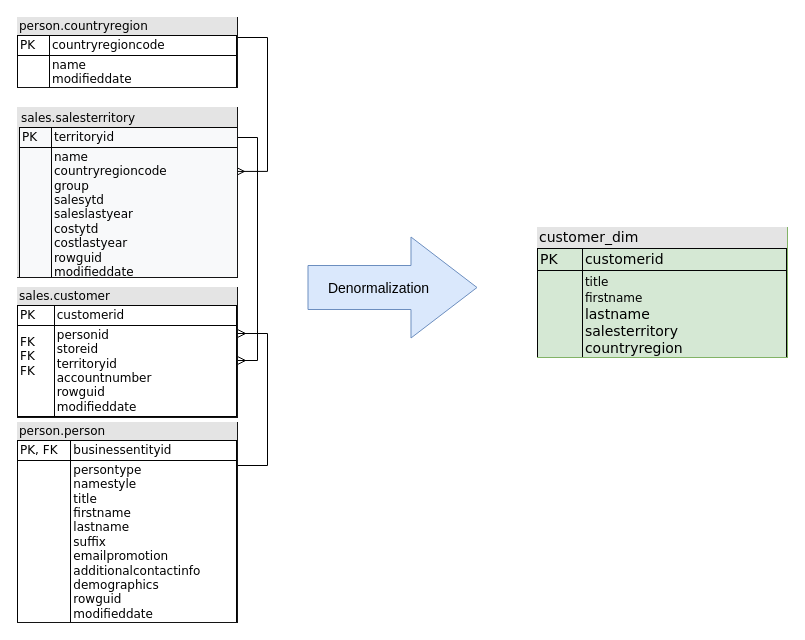
This is page "customer_denormalization" (5 of 6) of data_models.drawio from glbarr/AdventureWorks_DW, a draw.io file, before an edit. Source tidied: cells renumbered, new cells numbered last; positions are measured from the earlier drawing's top-left corner, leaving out a move shared by most shapes. Both pictures are drawn from the tidied source at 100%, with x=0, y=0 at pixel (17, 17).
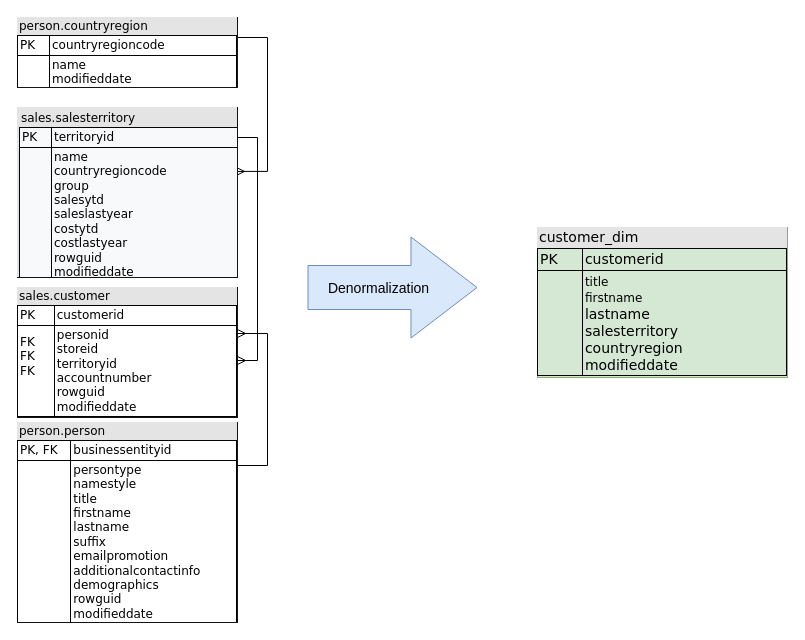
Above is the later version.

The edit, as a diff of the source:
```diff
@@
 <mxGraphModel>
   <root>
     <mxCell id="0" />
     <mxCell id="1" parent="0" />
     <mxCell id="2" style="edgeStyle=orthogonalEdgeStyle;rounded=0;jettySize=auto;html=1;fontSize=14;startArrow=ERmany;startFill=0;endArrow=none;endFill=0;entryX=1;entryY=0.25;entryDx=0;entryDy=0;" parent="1" edge="1" source="4" target="5">
       <mxGeometry relative="1" as="geometry">
         <Array as="points">
           <mxPoint x="250" y="316" />
           <mxPoint x="250" y="448" />
           <mxPoint x="220" y="448" />
         </Array>
       </mxGeometry>
     </mxCell>
     <mxCell id="3" style="edgeStyle=orthogonalEdgeStyle;rounded=0;jettySize=auto;html=1;fontSize=14;startArrow=ERmany;startFill=0;endArrow=none;endFill=0;entryX=1;entryY=0.194;entryDx=0;entryDy=0;entryPerimeter=0;" parent="1" edge="1" source="4" target="7">
       <mxGeometry relative="1" as="geometry">
         <Array as="points">
           <mxPoint x="240" y="343" />
           <mxPoint x="240" y="120" />
           <mxPoint x="220" y="120" />
         </Array>
       </mxGeometry>
     </mxCell>
     <mxCell id="4" value="&lt;div style=&quot;box-sizing: border-box ; width: 100% ; background: #e4e4e4 ; padding: 2px&quot;&gt;sales.customer&lt;/div&gt;&lt;table border=&quot;1&quot; style=&quot;width: 100%; font-size: 1em; border: 1px solid rgb(3, 3, 3); border-collapse: collapse;&quot; cellpadding=&quot;2&quot; cellspacing=&quot;0&quot;&gt;&lt;tbody&gt;&lt;tr&gt;&lt;td&gt;PK&lt;/td&gt;&lt;td&gt;customerid&lt;/td&gt;&lt;/tr&gt;&lt;tr&gt;&lt;td&gt;FK&lt;br&gt;FK&lt;br&gt;FK&lt;br&gt;&lt;br&gt;&lt;br&gt;&lt;/td&gt;&lt;td&gt;personid&lt;br&gt;storeid&lt;br&gt;territoryid&lt;br&gt;accountnumber&lt;br&gt;rowguid&lt;br&gt;modifieddate&lt;/td&gt;&lt;/tr&gt;&lt;/tbody&gt;&lt;/table&gt;" style="verticalAlign=top;align=left;overflow=fill;html=1;rounded=0;shadow=0;comic=0;labelBackgroundColor=none;strokeWidth=1;fontFamily=Verdana;fontSize=12;strokeColor=#141414;" parent="1" vertex="1">
       <mxGeometry y="270" width="220" height="130" as="geometry" />
     </mxCell>
     <mxCell id="5" value="&lt;div style=&quot;box-sizing: border-box ; width: 100% ; background: #e4e4e4 ; padding: 2px&quot;&gt;person.person&lt;/div&gt;&lt;table border=&quot;1&quot; style=&quot;width: 100%; font-size: 1em; border: 1px solid rgb(3, 3, 3); border-collapse: collapse;&quot; cellpadding=&quot;2&quot; cellspacing=&quot;0&quot;&gt;&lt;tbody&gt;&lt;tr&gt;&lt;td&gt;PK, FK&lt;/td&gt;&lt;td&gt;businessentityid&lt;/td&gt;&lt;/tr&gt;&lt;tr&gt;&lt;td&gt;&lt;br&gt;&lt;br&gt;&lt;br&gt;&lt;/td&gt;&lt;td&gt;persontype&lt;br&gt;namestyle&lt;br&gt;title&lt;br&gt;firstname&lt;br&gt;lastname&lt;br&gt;suffix&lt;br&gt;emailpromotion&lt;br&gt;additionalcontactinfo&lt;br&gt;demographics&lt;br&gt;rowguid&lt;br&gt;modifieddate&lt;/td&gt;&lt;/tr&gt;&lt;/tbody&gt;&lt;/table&gt;" style="verticalAlign=top;align=left;overflow=fill;html=1;rounded=0;shadow=0;comic=0;labelBackgroundColor=none;strokeWidth=1;fontFamily=Verdana;fontSize=12;strokeColor=#141414;" parent="1" vertex="1">
       <mxGeometry y="405" width="220" height="200" as="geometry" />
     </mxCell>
     <mxCell id="6" style="edgeStyle=orthogonalEdgeStyle;rounded=0;jettySize=auto;html=1;fontSize=14;startArrow=ERmany;startFill=0;endArrow=none;endFill=0;exitX=0.995;exitY=0.376;exitDx=0;exitDy=0;exitPerimeter=0;entryX=1;entryY=0.25;entryDx=0;entryDy=0;" parent="1" edge="1" source="7" target="10">
       <mxGeometry relative="1" as="geometry">
         <Array as="points">
           <mxPoint x="250" y="154" />
           <mxPoint x="250" y="20" />
           <mxPoint x="220" y="20" />
         </Array>
       </mxGeometry>
     </mxCell>
     <mxCell id="7" value="&lt;div style=&quot;box-sizing: border-box ; width: 100% ; background: #e4e4e4 ; padding: 2px&quot;&gt;&lt;div style=&quot;box-sizing: border-box; width: 220px; background-image: initial; background-position: initial; background-size: initial; background-repeat: initial; background-attachment: initial; background-origin: initial; background-clip: initial; padding: 2px;&quot;&gt;sales.salesterritory&lt;/div&gt;&lt;table style=&quot;font-size: 1em; background-color: rgb(248, 249, 250); width: 220px; border: 1px solid rgb(3, 3, 3); border-collapse: collapse;&quot; border=&quot;1&quot; cellpadding=&quot;2&quot; cellspacing=&quot;0&quot;&gt;&lt;tbody&gt;&lt;tr&gt;&lt;td&gt;PK&lt;/td&gt;&lt;td&gt;territoryid&lt;/td&gt;&lt;/tr&gt;&lt;tr&gt;&lt;td&gt;&lt;br&gt;&lt;/td&gt;&lt;td&gt;name&lt;br&gt;countryregioncode&lt;br&gt;group&lt;br&gt;salesytd&lt;br&gt;saleslastyear&lt;br&gt;costytd&lt;br&gt;costlastyear&lt;br&gt;rowguid&lt;br&gt;modifieddate&lt;/td&gt;&lt;/tr&gt;&lt;/tbody&gt;&lt;/table&gt;&lt;table style=&quot;background-color: initial; font-size: 1em; width: 100%; border: 1px solid rgb(3, 3, 3); border-collapse: collapse;&quot; border=&quot;1&quot; cellpadding=&quot;2&quot; cellspacing=&quot;0&quot;&gt;&lt;tbody&gt;&lt;tr&gt;&lt;td&gt;&lt;/td&gt;&lt;td&gt;&lt;br&gt;&lt;/td&gt;&lt;/tr&gt;&lt;tr&gt;&lt;td&gt;&lt;/td&gt;&lt;td&gt;&lt;br&gt;&lt;/td&gt;&lt;/tr&gt;&lt;/tbody&gt;&lt;/table&gt;&lt;/div&gt;" style="verticalAlign=top;align=left;overflow=fill;html=1;rounded=0;shadow=0;comic=0;labelBackgroundColor=none;strokeWidth=1;fontFamily=Verdana;fontSize=12;strokeColor=#141414;" parent="1" vertex="1">
       <mxGeometry y="90" width="220" height="170" as="geometry" />
     </mxCell>
     <mxCell id="8" style="shape=flexArrow;endArrow=classic;html=1;rounded=0;endWidth=56;endSize=21.67;width=44;fillColor=#dae8fc;strokeColor=#6c8ebf;" parent="1" edge="1">
       <mxGeometry relative="1" as="geometry">
         <mxPoint x="290" y="270" as="sourcePoint" />
         <mxPoint x="460" y="270" as="targetPoint" />
       </mxGeometry>
     </mxCell>
     <mxCell id="9" value="Denormalization" style="edgeLabel;html=1;align=center;verticalAlign=middle;fontSize=14;labelBackgroundColor=none;" parent="8" vertex="1">
       <mxGeometry x="-0.33" y="-7" relative="1" as="geometry">
         <mxPoint x="13" y="-7" as="offset" />
       </mxGeometry>
     </mxCell>
     <mxCell id="10" value="&lt;div style=&quot;box-sizing: border-box ; width: 100% ; background: #e4e4e4 ; padding: 2px&quot;&gt;person.countryregion&lt;/div&gt;&lt;table border=&quot;1&quot; style=&quot;width: 100%; font-size: 1em; border: 1px solid rgb(3, 3, 3); border-collapse: collapse;&quot; cellpadding=&quot;2&quot; cellspacing=&quot;0&quot;&gt;&lt;tbody&gt;&lt;tr&gt;&lt;td&gt;PK&lt;/td&gt;&lt;td&gt;countryregioncode&lt;/td&gt;&lt;/tr&gt;&lt;tr&gt;&lt;td&gt;&lt;br&gt;&lt;/td&gt;&lt;td&gt;name&lt;br&gt;modifieddate&lt;/td&gt;&lt;/tr&gt;&lt;/tbody&gt;&lt;/table&gt;" style="verticalAlign=top;align=left;overflow=fill;html=1;rounded=0;shadow=0;comic=0;labelBackgroundColor=none;strokeWidth=1;fontFamily=Verdana;fontSize=12;strokeColor=#141414;" parent="1" vertex="1">
       <mxGeometry width="220" height="70" as="geometry" />
     </mxCell>
-    <mxCell id="11" value="&lt;div style=&quot;box-sizing: border-box; width: 100%; background: rgb(228, 228, 228); padding: 2px; font-size: 14px;&quot;&gt;customer_dim&lt;/div&gt;&lt;table border=&quot;1&quot; style=&quot;width: 100%; font-size: 14px; border: 1px solid rgb(3, 3, 3); border-collapse: collapse;&quot; cellpadding=&quot;2&quot; cellspacing=&quot;0&quot;&gt;&lt;tbody style=&quot;font-size: 14px;&quot;&gt;&lt;tr style=&quot;font-size: 14px;&quot;&gt;&lt;td style=&quot;font-size: 14px;&quot;&gt;PK&lt;/td&gt;&lt;td style=&quot;font-size: 14px;&quot;&gt;customerid&lt;br&gt;&lt;/td&gt;&lt;/tr&gt;&lt;tr style=&quot;font-size: 14px;&quot;&gt;&lt;td style=&quot;font-size: 14px;&quot;&gt;&lt;br style=&quot;font-size: 14px;&quot;&gt;&lt;/td&gt;&lt;td style=&quot;font-size: 14px;&quot;&gt;&lt;span style=&quot;font-size: 12px;&quot;&gt;title&lt;br&gt;firstname&lt;br&gt;&lt;/span&gt;lastname&lt;br&gt;salesterritory&lt;br&gt;countryregion&lt;br&gt;&lt;/td&gt;&lt;/tr&gt;&lt;/tbody&gt;&lt;/table&gt;" style="verticalAlign=top;align=left;overflow=fill;html=1;rounded=0;shadow=0;comic=0;labelBackgroundColor=none;strokeWidth=1;fontFamily=Verdana;fontSize=14;fillColor=#d5e8d4;strokeColor=#82b366;" parent="1" vertex="1">
-      <mxGeometry x="520" y="210" width="250" height="130" as="geometry" />
+    <mxCell id="11" value="&lt;div style=&quot;box-sizing: border-box; width: 100%; background: rgb(228, 228, 228); padding: 2px; font-size: 14px;&quot;&gt;customer_dim&lt;/div&gt;&lt;table border=&quot;1&quot; style=&quot;width: 100%; font-size: 14px; border: 1px solid rgb(3, 3, 3); border-collapse: collapse;&quot; cellpadding=&quot;2&quot; cellspacing=&quot;0&quot;&gt;&lt;tbody style=&quot;font-size: 14px;&quot;&gt;&lt;tr style=&quot;font-size: 14px;&quot;&gt;&lt;td style=&quot;font-size: 14px;&quot;&gt;PK&lt;/td&gt;&lt;td style=&quot;font-size: 14px;&quot;&gt;customerid&lt;br&gt;&lt;/td&gt;&lt;/tr&gt;&lt;tr style=&quot;font-size: 14px;&quot;&gt;&lt;td style=&quot;font-size: 14px;&quot;&gt;&lt;br style=&quot;font-size: 14px;&quot;&gt;&lt;/td&gt;&lt;td style=&quot;font-size: 14px;&quot;&gt;&lt;span style=&quot;font-size: 12px;&quot;&gt;title&lt;br&gt;firstname&lt;br&gt;&lt;/span&gt;lastname&lt;br&gt;salesterritory&lt;br&gt;countryregion&lt;br&gt;modifieddate&lt;/td&gt;&lt;/tr&gt;&lt;/tbody&gt;&lt;/table&gt;" style="verticalAlign=top;align=left;overflow=fill;html=1;rounded=0;shadow=0;comic=0;labelBackgroundColor=none;strokeWidth=1;fontFamily=Verdana;fontSize=14;fillColor=#d5e8d4;strokeColor=#82b366;" parent="1" vertex="1">
+      <mxGeometry x="520" y="210" width="250" height="150" as="geometry" />
     </mxCell>
   </root>
 </mxGraphModel>
```
